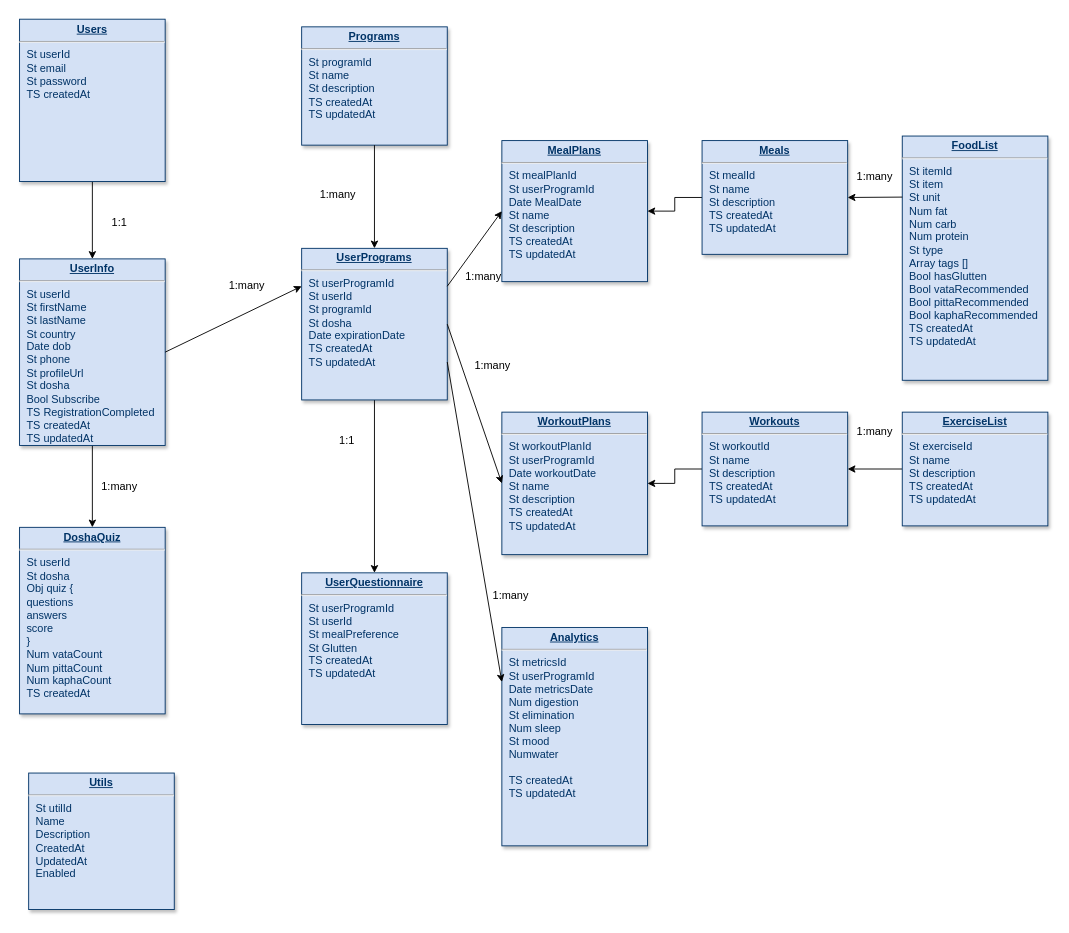
The draw.io diagram Prana Diagram.drawio in jhonnyoddball/mauro218, before the edit. Source tidied: cells renumbered, new cells numbered last; positions are measured from the earlier drawing's top-left corner, leaving out a move shared by most shapes. Both pictures are drawn from the tidied source at 91%, with x=0, y=0 at pixel (19, 19).
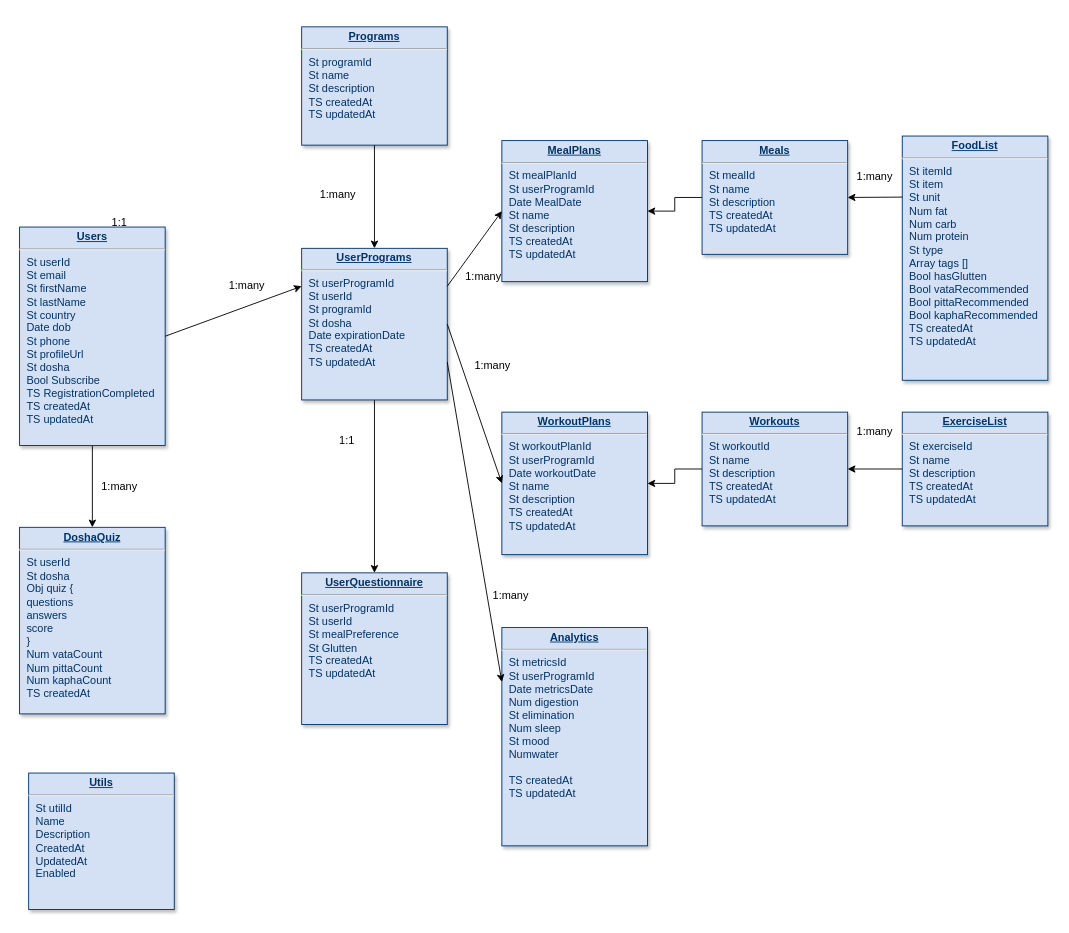
Above is the later version.

Diff of the diagram source:
```diff
@@
-    <mxCell id="6" value="&lt;p style=&quot;margin: 0px ; margin-top: 4px ; text-align: center ; text-decoration: underline&quot;&gt;&lt;strong&gt;UserInfo&lt;/strong&gt;&lt;/p&gt;&lt;hr&gt;&lt;p style=&quot;margin: 0px ; margin-left: 8px&quot;&gt;St userId&lt;/p&gt;&lt;p style=&quot;margin: 0px ; margin-left: 8px&quot;&gt;St firstName&lt;/p&gt;&lt;p style=&quot;margin: 0px ; margin-left: 8px&quot;&gt;St lastName&lt;/p&gt;&lt;p style=&quot;margin: 0px ; margin-left: 8px&quot;&gt;St country&lt;/p&gt;&lt;p style=&quot;margin: 0px ; margin-left: 8px&quot;&gt;Date dob&lt;/p&gt;&lt;p style=&quot;margin: 0px ; margin-left: 8px&quot;&gt;St phone&lt;/p&gt;&lt;p style=&quot;margin: 0px ; margin-left: 8px&quot;&gt;St profileUrl&lt;/p&gt;&lt;p style=&quot;margin: 0px ; margin-left: 8px&quot;&gt;St dosha&lt;/p&gt;&lt;p style=&quot;margin: 0px ; margin-left: 8px&quot;&gt;Bool Subscribe&lt;/p&gt;&lt;p style=&quot;margin: 0px ; margin-left: 8px&quot;&gt;TS RegistrationCompleted&lt;/p&gt;&lt;p style=&quot;margin: 0px ; margin-left: 8px&quot;&gt;TS createdAt&lt;/p&gt;&lt;p style=&quot;margin: 0px ; margin-left: 8px&quot;&gt;TS updatedAt&lt;/p&gt;" style="verticalAlign=top;align=left;overflow=fill;fontSize=12;fontFamily=Helvetica;html=1;strokeColor=#003366;shadow=1;fillColor=#D4E1F5;fontColor=#003366;" parent="1" vertex="1">
-      <mxGeometry y="263" width="160" height="205" as="geometry" />
+    <mxCell id="6" value="&lt;p style=&quot;margin: 0px ; margin-top: 4px ; text-align: center ; text-decoration: underline&quot;&gt;&lt;strong&gt;Users&lt;/strong&gt;&lt;/p&gt;&lt;hr&gt;&lt;p style=&quot;margin: 0px ; margin-left: 8px&quot;&gt;St userId&lt;/p&gt;&lt;p style=&quot;margin: 0px ; margin-left: 8px&quot;&gt;St email&lt;/p&gt;&lt;p style=&quot;margin: 0px ; margin-left: 8px&quot;&gt;St firstName&lt;/p&gt;&lt;p style=&quot;margin: 0px ; margin-left: 8px&quot;&gt;St lastName&lt;/p&gt;&lt;p style=&quot;margin: 0px ; margin-left: 8px&quot;&gt;St country&lt;/p&gt;&lt;p style=&quot;margin: 0px ; margin-left: 8px&quot;&gt;Date dob&lt;/p&gt;&lt;p style=&quot;margin: 0px ; margin-left: 8px&quot;&gt;St phone&lt;/p&gt;&lt;p style=&quot;margin: 0px ; margin-left: 8px&quot;&gt;St profileUrl&lt;/p&gt;&lt;p style=&quot;margin: 0px ; margin-left: 8px&quot;&gt;St dosha&lt;/p&gt;&lt;p style=&quot;margin: 0px ; margin-left: 8px&quot;&gt;Bool Subscribe&lt;/p&gt;&lt;p style=&quot;margin: 0px ; margin-left: 8px&quot;&gt;TS RegistrationCompleted&lt;/p&gt;&lt;p style=&quot;margin: 0px ; margin-left: 8px&quot;&gt;TS createdAt&lt;/p&gt;&lt;p style=&quot;margin: 0px ; margin-left: 8px&quot;&gt;TS updatedAt&lt;/p&gt;" style="verticalAlign=top;align=left;overflow=fill;fontSize=12;fontFamily=Helvetica;html=1;strokeColor=#003366;shadow=1;fillColor=#D4E1F5;fontColor=#003366;" parent="1" vertex="1">
+      <mxGeometry y="228" width="160" height="240" as="geometry" />
     </mxCell>
@@
-    <mxCell id="8" style="edgeStyle=orthogonalEdgeStyle;rounded=0;jettySize=auto;html=1;" parent="1" edge="1" source="9" target="6">
-      <mxGeometry relative="1" as="geometry" />
-    </mxCell>
-    <mxCell id="9" value="&lt;p style=&quot;margin: 0px ; margin-top: 4px ; text-align: center ; text-decoration: underline&quot;&gt;&lt;strong&gt;Users&lt;/strong&gt;&lt;/p&gt;&lt;hr&gt;&lt;p style=&quot;margin: 0px ; margin-left: 8px&quot;&gt;St userId&lt;/p&gt;&lt;p style=&quot;margin: 0px ; margin-left: 8px&quot;&gt;St email&lt;/p&gt;&lt;p style=&quot;margin: 0px ; margin-left: 8px&quot;&gt;St password&lt;/p&gt;&lt;p style=&quot;margin: 0px ; margin-left: 8px&quot;&gt;TS createdAt&lt;/p&gt;" style="verticalAlign=top;align=left;overflow=fill;fontSize=12;fontFamily=Helvetica;html=1;strokeColor=#003366;shadow=1;fillColor=#D4E1F5;fontColor=#003366;" parent="1" vertex="1">
-      <mxGeometry y="-0.4" width="160" height="178.4" as="geometry" />
-    </mxCell>
```
